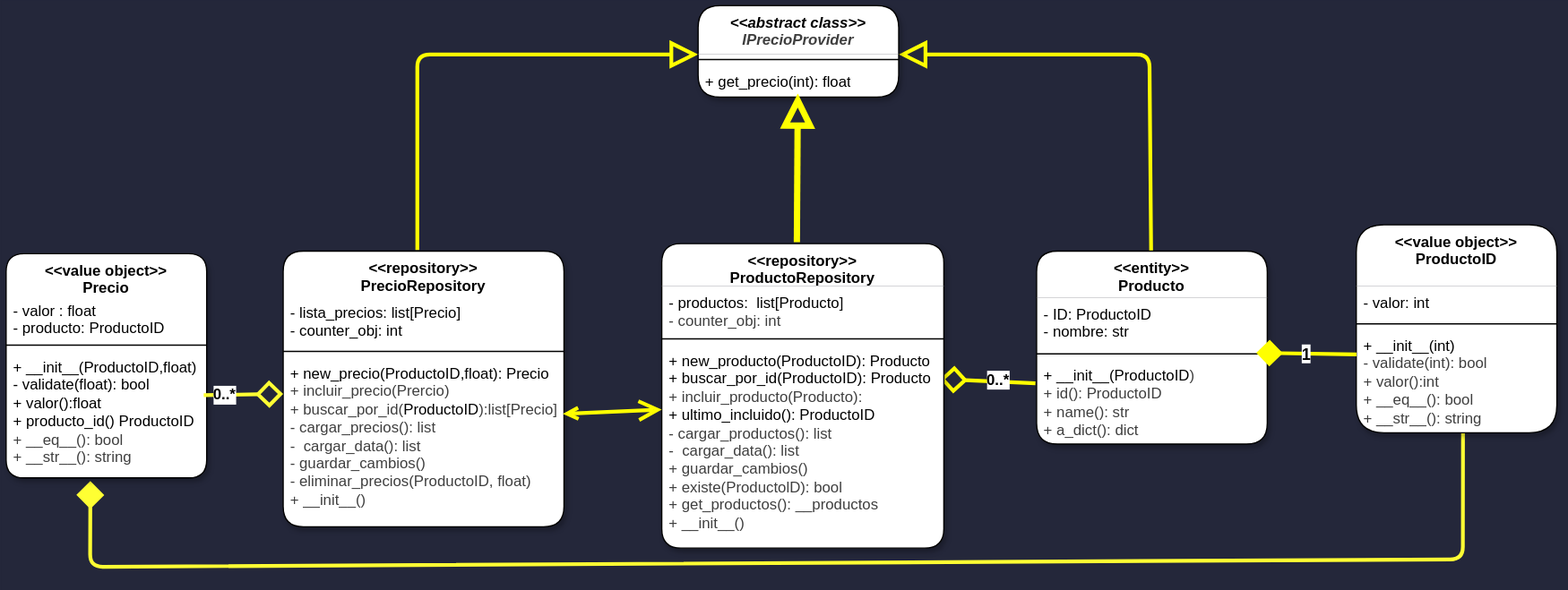
The draw.io diagram Docs/DiagramaSubSistema.svg in shinovi9/Subsistema-Precio, before a commit. Source tidied: cells renumbered, new cells last; positions are measured from the earlier drawing's top-left corner, leaving out a move shared by most shapes.
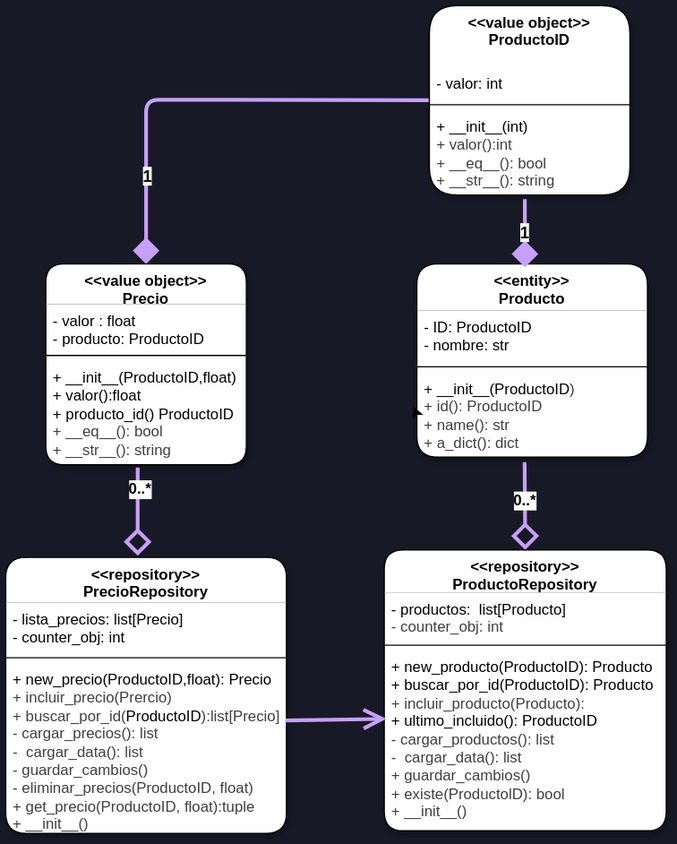
The same diagram one commit later.

Commit message:
Refactorizacion, y cambios en el diseño

What changed in the source:
```diff
@@ -1,2 +1,2 @@
-<mxGraphModel background="#24273A">
+<mxGraphModel background="#181926">
   <root>
@@ -4,4 +4,6 @@
     <mxCell id="1" parent="0" />
-    <mxCell id="2" style="edgeStyle=none;html=1;entryX=0.986;entryY=0.172;entryDx=0;entryDy=0;entryPerimeter=0;strokeWidth=3;strokeColor=#FFFF00;endArrow=diamond;endFill=0;endSize=15;exitX=-0.005;exitY=0.286;exitDx=0;exitDy=0;exitPerimeter=0;rounded=1;" parent="1" edge="1" source="8" target="17">
-      <mxGeometry relative="1" as="geometry" />
+    <mxCell id="2" style="edgeStyle=none;html=1;entryX=0.5;entryY=0;entryDx=0;entryDy=0;strokeWidth=3;strokeColor=#C6A0F6;endArrow=diamond;endFill=0;endSize=15;rounded=1;" parent="1" edge="1" target="14">
+      <mxGeometry relative="1" as="geometry">
+        <mxPoint x="635" y="120" as="sourcePoint" />
+      </mxGeometry>
     </mxCell>
@@ -12,12 +14,4 @@
     </mxCell>
-    <mxCell id="4" style="edgeStyle=none;html=1;entryX=1;entryY=0.5;entryDx=0;entryDy=0;strokeWidth=3;strokeColor=#FFFF00;endArrow=block;endFill=0;endSize=15;rounded=1;" parent="1" edge="1" source="5">
-      <mxGeometry relative="1" as="geometry">
-        <mxPoint x="712" y="39" as="targetPoint" />
-        <Array as="points">
-          <mxPoint x="912" y="39" />
-        </Array>
-      </mxGeometry>
-    </mxCell>
     <mxCell id="5" value="&amp;lt;&amp;lt;entity&amp;gt;&amp;gt;&lt;div&gt;Producto&lt;/div&gt;" style="swimlane;fontStyle=1;align=center;verticalAlign=top;horizontal=1;startSize=37;whiteSpace=wrap;html=1;swimlaneFillColor=default;gradientColor=none;fillStyle=auto;strokeWidth=1;rounded=1;glass=0;swimlaneLine=0;shadow=1;" parent="1" vertex="1">
-      <mxGeometry x="822" y="196" width="184" height="154" as="geometry" />
+      <mxGeometry x="549" y="-38" width="184" height="154" as="geometry" />
     </mxCell>
@@ -32,11 +26,5 @@
     </mxCell>
-    <mxCell id="9" style="edgeStyle=none;html=1;entryX=0;entryY=0.5;entryDx=0;entryDy=0;strokeWidth=3;strokeColor=#FFFF00;endArrow=block;endFill=0;endSize=15;rounded=1;" parent="1" edge="1">
-      <mxGeometry relative="1" as="geometry">
-        <mxPoint x="328" y="195" as="sourcePoint" />
-        <mxPoint x="552" y="39" as="targetPoint" />
-        <Array as="points">
-          <mxPoint x="328" y="39" />
-        </Array>
-      </mxGeometry>
-    </mxCell>
+    <mxCell id="35" style="edgeStyle=none;html=1;exitX=0;exitY=0.5;exitDx=0;exitDy=0;entryX=-0.014;entryY=0.408;entryDx=0;entryDy=0;entryPerimeter=0;" parent="5" edge="1" source="8" target="8">
+      <mxGeometry relative="1" as="geometry" />
+    </mxCell>
     <mxCell id="10" value="&lt;span style=&quot;color: rgb(0, 0, 0);&quot;&gt;&amp;lt;&amp;lt;repository&amp;gt;&amp;gt;&lt;/span&gt;&lt;div&gt;&lt;span style=&quot;color: rgb(0, 0, 0);&quot;&gt;PrecioRepository&lt;/span&gt;&lt;/div&gt;" style="swimlane;fontStyle=1;align=center;verticalAlign=top;horizontal=1;startSize=36;whiteSpace=wrap;html=1;swimlaneFillColor=default;gradientColor=none;fillStyle=auto;strokeWidth=1;rounded=1;glass=0;swimlaneLine=0;shadow=1;" parent="1" vertex="1">
@@ -50,3 +38,3 @@
     </mxCell>
-    <mxCell id="13" value="&lt;span style=&quot;color: rgb(0, 0, 0);&quot;&gt;+ new_precio(ProductoID,float): Precio&lt;/span&gt;&lt;div style=&quot;color: rgb(63, 63, 63); scrollbar-color: rgb(226, 226, 226) rgb(251, 251, 251);&quot;&gt;+ incluir_precio(Prercio)&lt;/div&gt;&lt;div style=&quot;color: rgb(63, 63, 63); scrollbar-color: rgb(226, 226, 226) rgb(251, 251, 251);&quot;&gt;+ buscar_por_id(&lt;span style=&quot;scrollbar-color: rgb(226, 226, 226) rgb(251, 251, 251); color: rgb(0, 0, 0);&quot;&gt;ProductoID&lt;/span&gt;):list[Precio]&lt;/div&gt;&lt;div style=&quot;color: rgb(63, 63, 63); scrollbar-color: rgb(226, 226, 226) rgb(251, 251, 251);&quot;&gt;&lt;div style=&quot;scrollbar-color: rgb(226, 226, 226) rgb(251, 251, 251); color: rgb(63, 63, 63);&quot;&gt;- cargar_precios(): list&lt;/div&gt;&lt;div style=&quot;scrollbar-color: rgb(226, 226, 226) rgb(251, 251, 251); color: rgb(63, 63, 63);&quot;&gt;&lt;span style=&quot;color: rgb(63, 63, 63);&quot;&gt;-&amp;nbsp; cargar_data(): list&lt;/span&gt;&lt;/div&gt;&lt;div style=&quot;scrollbar-color: rgb(226, 226, 226) rgb(251, 251, 251); color: rgb(63, 63, 63);&quot;&gt;- guardar_cambios()&lt;/div&gt;&lt;div style=&quot;scrollbar-color: rgb(226, 226, 226) rgb(251, 251, 251); color: rgb(63, 63, 63);&quot;&gt;- eliminar_precios(ProductoID, float)&lt;/div&gt;&lt;div style=&quot;scrollbar-color: rgb(226, 226, 226) rgb(251, 251, 251); color: rgb(63, 63, 63);&quot;&gt;+ __init__()&lt;/div&gt;&lt;/div&gt;" style="text;strokeColor=none;fillColor=none;align=left;verticalAlign=top;spacingLeft=4;spacingRight=4;overflow=hidden;points=[[0,0.5],[1,0.5]];portConstraint=eastwest;whiteSpace=wrap;html=1;rounded=1;" parent="10" vertex="1">
+    <mxCell id="13" value="&lt;span style=&quot;color: rgb(0, 0, 0);&quot;&gt;+ new_precio(ProductoID,float): Precio&lt;/span&gt;&lt;div style=&quot;color: rgb(63, 63, 63); scrollbar-color: rgb(226, 226, 226) rgb(251, 251, 251);&quot;&gt;+ incluir_precio(Prercio)&lt;/div&gt;&lt;div style=&quot;color: rgb(63, 63, 63); scrollbar-color: rgb(226, 226, 226) rgb(251, 251, 251);&quot;&gt;+ buscar_por_id(&lt;span style=&quot;scrollbar-color: rgb(226, 226, 226) rgb(251, 251, 251); color: rgb(0, 0, 0);&quot;&gt;ProductoID&lt;/span&gt;):list[Precio]&lt;/div&gt;&lt;div style=&quot;color: rgb(63, 63, 63); scrollbar-color: rgb(226, 226, 226) rgb(251, 251, 251);&quot;&gt;&lt;div style=&quot;scrollbar-color: rgb(226, 226, 226) rgb(251, 251, 251); color: rgb(63, 63, 63);&quot;&gt;- cargar_precios(): list&lt;/div&gt;&lt;div style=&quot;scrollbar-color: rgb(226, 226, 226) rgb(251, 251, 251); color: rgb(63, 63, 63);&quot;&gt;&lt;span style=&quot;color: rgb(63, 63, 63);&quot;&gt;-&amp;nbsp; cargar_data(): list&lt;/span&gt;&lt;/div&gt;&lt;div style=&quot;scrollbar-color: rgb(226, 226, 226) rgb(251, 251, 251); color: rgb(63, 63, 63);&quot;&gt;- guardar_cambios()&lt;/div&gt;&lt;div style=&quot;scrollbar-color: rgb(226, 226, 226) rgb(251, 251, 251); color: rgb(63, 63, 63);&quot;&gt;- eliminar_precios(ProductoID, float)&lt;/div&gt;&lt;div style=&quot;scrollbar-color: rgb(226, 226, 226) rgb(251, 251, 251); color: rgb(63, 63, 63);&quot;&gt;+ get_precio(ProductoID, float):tuple&lt;/div&gt;&lt;div style=&quot;scrollbar-color: rgb(226, 226, 226) rgb(251, 251, 251); color: rgb(63, 63, 63);&quot;&gt;+ __init__()&lt;/div&gt;&lt;/div&gt;" style="text;strokeColor=none;fillColor=none;align=left;verticalAlign=top;spacingLeft=4;spacingRight=4;overflow=hidden;points=[[0,0.5],[1,0.5]];portConstraint=eastwest;whiteSpace=wrap;html=1;rounded=1;" parent="10" vertex="1">
       <mxGeometry y="84" width="224" height="136" as="geometry" />
@@ -54,3 +42,3 @@
     <mxCell id="14" value="&amp;lt;&amp;lt;repository&amp;gt;&amp;gt;&lt;div&gt;ProductoRepository&lt;/div&gt;" style="swimlane;fontStyle=1;align=center;verticalAlign=top;horizontal=1;startSize=34;whiteSpace=wrap;html=1;swimlaneFillColor=default;gradientColor=none;fillStyle=auto;strokeWidth=1;rounded=1;glass=0;swimlaneLine=0;shadow=1;" parent="1" vertex="1">
-      <mxGeometry x="523" y="190" width="225" height="243" as="geometry" />
+      <mxGeometry x="523" y="190" width="225" height="224" as="geometry" />
     </mxCell>
@@ -62,30 +50,20 @@
     </mxCell>
-    <mxCell id="17" value="&lt;font style=&quot;scrollbar-color: rgb(226, 226, 226) rgb(251, 251, 251); color: rgb(0, 0, 0);&quot;&gt;+ new_producto(ProductoID): Producto&lt;/font&gt;&lt;div style=&quot;scrollbar-color: rgb(226, 226, 226) rgb(251, 251, 251); color: rgb(63, 63, 63);&quot;&gt;&lt;font style=&quot;scrollbar-color: rgb(226, 226, 226) rgb(251, 251, 251); color: rgb(0, 0, 0);&quot;&gt;+ buscar_por_id(ProductoID): Producto&lt;/font&gt;&lt;/div&gt;&lt;div style=&quot;scrollbar-color: rgb(226, 226, 226) rgb(251, 251, 251); color: rgb(63, 63, 63);&quot;&gt;+ incluir_producto(Producto):&lt;/div&gt;&lt;div style=&quot;scrollbar-color: rgb(226, 226, 226) rgb(251, 251, 251); color: rgb(63, 63, 63);&quot;&gt;&lt;font style=&quot;scrollbar-color: rgb(226, 226, 226) rgb(251, 251, 251); color: rgb(0, 0, 0);&quot;&gt;+ ultimo_incluido(): ProductoID&lt;/font&gt;&lt;/div&gt;&lt;div style=&quot;scrollbar-color: rgb(226, 226, 226) rgb(251, 251, 251); color: rgb(63, 63, 63);&quot;&gt;- cargar_productos(): list&lt;/div&gt;&lt;div style=&quot;scrollbar-color: rgb(226, 226, 226) rgb(251, 251, 251); color: rgb(63, 63, 63);&quot;&gt;&lt;span style=&quot;color: rgb(63, 63, 63);&quot;&gt;-&amp;nbsp; cargar_data(): list&lt;/span&gt;&lt;/div&gt;&lt;div style=&quot;scrollbar-color: rgb(226, 226, 226) rgb(251, 251, 251); color: rgb(63, 63, 63);&quot;&gt;+ guardar_cambios()&lt;/div&gt;&lt;div style=&quot;scrollbar-color: rgb(226, 226, 226) rgb(251, 251, 251); color: rgb(63, 63, 63);&quot;&gt;+ existe(ProductolD): bool&lt;/div&gt;&lt;div style=&quot;scrollbar-color: rgb(226, 226, 226) rgb(251, 251, 251); color: rgb(63, 63, 63);&quot;&gt;+ get_productos(): __productos&lt;/div&gt;&lt;div style=&quot;scrollbar-color: rgb(226, 226, 226) rgb(251, 251, 251); color: rgb(63, 63, 63);&quot;&gt;+ __init__()&lt;/div&gt;" style="text;strokeColor=none;fillColor=none;align=left;verticalAlign=top;spacingLeft=4;spacingRight=4;overflow=hidden;points=[[0,0.5],[1,0.5]];portConstraint=eastwest;whiteSpace=wrap;html=1;rounded=1;" parent="14" vertex="1">
-      <mxGeometry y="80" width="225" height="163" as="geometry" />
+    <mxCell id="17" value="&lt;font style=&quot;scrollbar-color: rgb(226, 226, 226) rgb(251, 251, 251); color: rgb(0, 0, 0);&quot;&gt;+ new_producto(ProductoID): Producto&lt;/font&gt;&lt;div style=&quot;scrollbar-color: rgb(226, 226, 226) rgb(251, 251, 251); color: rgb(63, 63, 63);&quot;&gt;&lt;font style=&quot;scrollbar-color: rgb(226, 226, 226) rgb(251, 251, 251); color: rgb(0, 0, 0);&quot;&gt;+ buscar_por_id(ProductoID): Producto&lt;/font&gt;&lt;/div&gt;&lt;div style=&quot;scrollbar-color: rgb(226, 226, 226) rgb(251, 251, 251); color: rgb(63, 63, 63);&quot;&gt;+ incluir_producto(Producto):&lt;/div&gt;&lt;div style=&quot;scrollbar-color: rgb(226, 226, 226) rgb(251, 251, 251); color: rgb(63, 63, 63);&quot;&gt;&lt;font style=&quot;scrollbar-color: rgb(226, 226, 226) rgb(251, 251, 251); color: rgb(0, 0, 0);&quot;&gt;+ ultimo_incluido(): ProductoID&lt;/font&gt;&lt;/div&gt;&lt;div style=&quot;scrollbar-color: rgb(226, 226, 226) rgb(251, 251, 251); color: rgb(63, 63, 63);&quot;&gt;- cargar_productos(): list&lt;/div&gt;&lt;div style=&quot;scrollbar-color: rgb(226, 226, 226) rgb(251, 251, 251); color: rgb(63, 63, 63);&quot;&gt;&lt;span style=&quot;color: rgb(63, 63, 63);&quot;&gt;-&amp;nbsp; cargar_data(): list&lt;/span&gt;&lt;/div&gt;&lt;div style=&quot;scrollbar-color: rgb(226, 226, 226) rgb(251, 251, 251); color: rgb(63, 63, 63);&quot;&gt;+ guardar_cambios()&lt;/div&gt;&lt;div style=&quot;scrollbar-color: rgb(226, 226, 226) rgb(251, 251, 251); color: rgb(63, 63, 63);&quot;&gt;+ existe(ProductolD): bool&lt;/div&gt;&lt;div style=&quot;scrollbar-color: rgb(226, 226, 226) rgb(251, 251, 251); color: rgb(63, 63, 63);&quot;&gt;+ __init__()&lt;/div&gt;" style="text;strokeColor=none;fillColor=none;align=left;verticalAlign=top;spacingLeft=4;spacingRight=4;overflow=hidden;points=[[0,0.5],[1,0.5]];portConstraint=eastwest;whiteSpace=wrap;html=1;rounded=1;" parent="14" vertex="1">
+      <mxGeometry y="80" width="225" height="144" as="geometry" />
     </mxCell>
-    <mxCell id="18" style="edgeStyle=none;html=1;exitX=0.996;exitY=0.338;exitDx=0;exitDy=0;startArrow=open;startFill=0;strokeColor=#FFFF00;strokeWidth=3;endArrow=open;endFill=0;exitPerimeter=0;rounded=1;endSize=12;entryX=0;entryY=0.322;entryDx=0;entryDy=0;entryPerimeter=0;" parent="1" edge="1" source="13" target="17">
+    <mxCell id="18" style="edgeStyle=none;html=1;exitX=0.996;exitY=0.338;exitDx=0;exitDy=0;startArrow=none;startFill=0;strokeColor=#C6A0F6;strokeWidth=3;endArrow=open;endFill=0;exitPerimeter=0;rounded=1;endSize=12;entryX=0.008;entryY=0.38;entryDx=0;entryDy=0;entryPerimeter=0;" parent="1" edge="1" source="13" target="17">
       <mxGeometry relative="1" as="geometry" />
     </mxCell>
-    <mxCell id="19" value="&lt;div&gt;&lt;i style=&quot;scrollbar-color: rgb(226, 226, 226) rgb(251, 251, 251);&quot;&gt;&lt;font style=&quot;color: rgb(0, 0, 0);&quot;&gt;&amp;lt;&amp;lt;abstract class&amp;gt;&amp;gt;&lt;/font&gt;&lt;/i&gt;&lt;/div&gt;&lt;i style=&quot;color: rgb(63, 63, 63); scrollbar-color: rgb(226, 226, 226) rgb(251, 251, 251);&quot;&gt;IPrecioProvider&lt;/i&gt;" style="swimlane;fontStyle=1;align=center;verticalAlign=top;horizontal=1;startSize=39;whiteSpace=wrap;html=1;swimlaneFillColor=default;gradientColor=none;fillStyle=auto;strokeWidth=1;rounded=1;glass=0;swimlaneLine=0;shadow=1;" parent="1" vertex="1">
-      <mxGeometry x="552" width="160" height="73" as="geometry" />
-    </mxCell>
-    <mxCell id="20" style="line;strokeWidth=1;fillColor=none;align=left;verticalAlign=middle;spacingTop=-1;spacingLeft=3;spacingRight=3;labelPosition=right;strokeColor=inherit;rounded=1;" parent="19" vertex="1">
-      <mxGeometry y="39" width="160" height="8" as="geometry" />
-    </mxCell>
-    <mxCell id="21" value="+ get_precio(int): float" style="text;strokeColor=none;fillColor=none;align=left;verticalAlign=top;spacingLeft=4;spacingRight=4;overflow=hidden;points=[[0,0.5],[1,0.5]];portConstraint=eastwest;whiteSpace=wrap;html=1;rounded=1;" parent="19" vertex="1">
-      <mxGeometry y="47" width="160" height="26" as="geometry" />
-    </mxCell>
-    <mxCell id="22" style="edgeStyle=none;html=1;entryX=0.497;entryY=0.891;entryDx=0;entryDy=0;entryPerimeter=0;exitX=0.479;exitY=-0.005;exitDx=0;exitDy=0;strokeWidth=5;strokeColor=#FFFF00;endArrow=block;endFill=0;endSize=15;exitPerimeter=0;rounded=1;" parent="1" edge="1" source="14" target="21">
-      <mxGeometry relative="1" as="geometry" />
-    </mxCell>
-    <mxCell id="23" style="edgeStyle=none;html=1;entryX=0.42;entryY=1.025;entryDx=0;entryDy=0;entryPerimeter=0;exitX=0.532;exitY=0.976;exitDx=0;exitDy=0;exitPerimeter=0;strokeColor=#FFFF33;strokeWidth=3;endArrow=diamond;endFill=1;endSize=15;rounded=1;" parent="1" edge="1" source="27" target="32">
-      <mxGeometry relative="1" as="geometry">
-        <Array as="points">
-          <mxPoint x="1162" y="442" />
-          <mxPoint x="67" y="448" />
-        </Array>
-      </mxGeometry>
-    </mxCell>
+    <mxCell id="36" style="edgeStyle=none;html=1;entryX=0.5;entryY=0;entryDx=0;entryDy=0;strokeColor=#C6A0F6;strokeWidth=3;endArrow=diamond;endFill=1;endSize=14;" parent="1" edge="1" source="24" target="29">
+      <mxGeometry relative="1" as="geometry">
+        <Array as="points">
+          <mxPoint x="333" y="-169" />
+        </Array>
+      </mxGeometry>
+    </mxCell>
+    <mxCell id="37" value="&lt;font style=&quot;font-size: 13px;&quot;&gt;&lt;b&gt;1&lt;/b&gt;&lt;/font&gt;" style="edgeLabel;html=1;align=center;verticalAlign=middle;" parent="36" vertex="1">
+      <mxGeometry x="0.6" relative="1" as="geometry" />
+    </mxCell>
     <mxCell id="24" value="&amp;lt;&amp;lt;value object&amp;gt;&amp;gt;&lt;div&gt;ProductoID&lt;/div&gt;" style="swimlane;fontStyle=1;align=center;verticalAlign=top;horizontal=1;startSize=49;whiteSpace=wrap;html=1;swimlaneFillColor=default;gradientColor=none;fillStyle=auto;strokeWidth=1;rounded=1;glass=0;swimlaneLine=0;shadow=1;rotation=0;" parent="1" vertex="1">
-      <mxGeometry x="1077" y="175" width="160" height="166" as="geometry" />
+      <mxGeometry x="559" y="-244" width="160" height="151" as="geometry" />
     </mxCell>
@@ -97,10 +75,10 @@
     </mxCell>
-    <mxCell id="27" value="+ __init__(int)&lt;div&gt;&lt;span style=&quot;color: rgb(63, 63, 63); scrollbar-color: rgb(226, 226, 226) rgb(251, 251, 251); background-color: transparent;&quot;&gt;-&amp;nbsp;&lt;/span&gt;&lt;span style=&quot;color: rgb(63, 63, 63); scrollbar-color: rgb(226, 226, 226) rgb(251, 251, 251); background-color: transparent;&quot;&gt;validate(int): bool&lt;/span&gt;&lt;/div&gt;&lt;div&gt;&lt;span style=&quot;color: rgb(63, 63, 63); scrollbar-color: rgb(226, 226, 226) rgb(251, 251, 251); background-color: transparent;&quot;&gt;+ valor():int&lt;/span&gt;&lt;/div&gt;&lt;div&gt;&lt;span style=&quot;color: rgb(63, 63, 63); scrollbar-color: rgb(226, 226, 226) rgb(251, 251, 251); background-color: transparent;&quot;&gt;+ __eq__(): bool&lt;/span&gt;&lt;/div&gt;&lt;div&gt;&lt;span style=&quot;color: rgb(63, 63, 63); scrollbar-color: rgb(226, 226, 226) rgb(251, 251, 251); background-color: transparent;&quot;&gt;&lt;span style=&quot;color: rgb(63, 63, 63);&quot;&gt;+ __str__(): string&lt;/span&gt;&lt;/span&gt;&lt;/div&gt;" style="text;strokeColor=none;fillColor=none;align=left;verticalAlign=top;spacingLeft=4;spacingRight=4;overflow=hidden;points=[[0,0.5],[1,0.5]];portConstraint=eastwest;whiteSpace=wrap;html=1;rounded=1;" parent="24" vertex="1">
-      <mxGeometry y="83" width="160" height="83" as="geometry" />
+    <mxCell id="27" value="+ __init__(int)&lt;div&gt;&lt;span style=&quot;color: rgb(63, 63, 63); scrollbar-color: rgb(226, 226, 226) rgb(251, 251, 251); background-color: transparent;&quot;&gt;+ valor():int&lt;/span&gt;&lt;/div&gt;&lt;div&gt;&lt;span style=&quot;color: rgb(63, 63, 63); scrollbar-color: rgb(226, 226, 226) rgb(251, 251, 251); background-color: transparent;&quot;&gt;+ __eq__(): bool&lt;/span&gt;&lt;/div&gt;&lt;div&gt;&lt;span style=&quot;color: rgb(63, 63, 63); scrollbar-color: rgb(226, 226, 226) rgb(251, 251, 251); background-color: transparent;&quot;&gt;&lt;span style=&quot;color: rgb(63, 63, 63);&quot;&gt;+ __str__(): string&lt;/span&gt;&lt;/span&gt;&lt;/div&gt;" style="text;strokeColor=none;fillColor=none;align=left;verticalAlign=top;spacingLeft=4;spacingRight=4;overflow=hidden;points=[[0,0.5],[1,0.5]];portConstraint=eastwest;whiteSpace=wrap;html=1;rounded=1;" parent="24" vertex="1">
+      <mxGeometry y="83" width="160" height="68" as="geometry" />
     </mxCell>
-    <mxCell id="28" value="&lt;font style=&quot;font-size: 13px;&quot;&gt;&lt;b style=&quot;&quot;&gt;1&lt;/b&gt;&lt;/font&gt;" style="edgeStyle=none;rounded=1;html=1;endArrow=diamond;endFill=1;strokeWidth=3;strokeColor=#FFFF00;endSize=14;entryX=0.952;entryY=0.396;entryDx=0;entryDy=0;entryPerimeter=0;exitX=0.001;exitY=0.246;exitDx=0;exitDy=0;exitPerimeter=0;" parent="1" edge="1" source="27" target="7">
-      <mxGeometry relative="1" as="geometry" />
+    <mxCell id="28" value="&lt;font style=&quot;font-size: 13px;&quot;&gt;&lt;b style=&quot;&quot;&gt;1&lt;/b&gt;&lt;/font&gt;" style="edgeStyle=none;rounded=1;html=1;endArrow=diamond;endFill=1;strokeWidth=3;strokeColor=#C6A0F6;endSize=14;entryX=0.469;entryY=0.017;entryDx=0;entryDy=0;exitX=0.476;exitY=1.048;exitDx=0;exitDy=0;exitPerimeter=0;entryPerimeter=0;" parent="1" edge="1" source="27" target="5">
+      <mxGeometry x="-0.02" relative="1" as="geometry" />
     </mxCell>
     <mxCell id="29" value="&amp;lt;&amp;lt;value object&amp;gt;&amp;gt;&lt;div&gt;Precio&lt;/div&gt;" style="swimlane;fontStyle=1;align=center;verticalAlign=top;horizontal=1;startSize=32;whiteSpace=wrap;html=1;swimlaneFillColor=default;gradientColor=none;fillStyle=auto;strokeWidth=1;rounded=1;glass=0;swimlaneLine=0;shadow=1;" parent="1" vertex="1">
-      <mxGeometry y="198" width="160" height="179" as="geometry" />
+      <mxGeometry x="253" y="-38" width="160" height="160" as="geometry" />
     </mxCell>
@@ -112,6 +90,6 @@
     </mxCell>
-    <mxCell id="32" value="+ __init__(ProductoID,float)&lt;div&gt;&lt;div&gt;- validate(float): bool&lt;/div&gt;&lt;/div&gt;&lt;div&gt;+ valor():float&lt;/div&gt;&lt;div&gt;+ producto_id() ProductoID&lt;/div&gt;&lt;div&gt;&lt;span style=&quot;color: rgb(63, 63, 63);&quot;&gt;+ __eq__(): bool&lt;/span&gt;&lt;/div&gt;&lt;div&gt;&lt;span style=&quot;color: rgb(63, 63, 63);&quot;&gt;&lt;span style=&quot;color: rgb(63, 63, 63);&quot;&gt;+ __str__(): string&lt;/span&gt;&lt;/span&gt;&lt;/div&gt;" style="text;strokeColor=none;fillColor=none;align=left;verticalAlign=top;spacingLeft=4;spacingRight=4;overflow=hidden;points=[[0,0.5],[1,0.5]];portConstraint=eastwest;whiteSpace=wrap;html=1;rounded=1;" parent="29" vertex="1">
-      <mxGeometry y="77" width="160" height="102" as="geometry" />
+    <mxCell id="32" value="+ __init__(ProductoID,float)&lt;div&gt;+ valor():float&lt;/div&gt;&lt;div&gt;+ producto_id() ProductoID&lt;/div&gt;&lt;div&gt;&lt;span style=&quot;color: rgb(63, 63, 63);&quot;&gt;+ __eq__(): bool&lt;/span&gt;&lt;/div&gt;&lt;div&gt;&lt;span style=&quot;color: rgb(63, 63, 63);&quot;&gt;&lt;span style=&quot;color: rgb(63, 63, 63);&quot;&gt;+ __str__(): string&lt;/span&gt;&lt;/span&gt;&lt;/div&gt;" style="text;strokeColor=none;fillColor=none;align=left;verticalAlign=top;spacingLeft=4;spacingRight=4;overflow=hidden;points=[[0,0.5],[1,0.5]];portConstraint=eastwest;whiteSpace=wrap;html=1;rounded=1;" parent="29" vertex="1">
+      <mxGeometry y="77" width="160" height="83" as="geometry" />
     </mxCell>
-    <mxCell id="33" style="edgeStyle=none;html=1;entryX=0;entryY=0.22;entryDx=0;entryDy=0;entryPerimeter=0;exitX=0.985;exitY=0.353;exitDx=0;exitDy=0;exitPerimeter=0;strokeWidth=3;strokeColor=#FFFF33;endArrow=diamond;endFill=0;endSize=15;rounded=1;" parent="1" edge="1" source="32" target="13">
+    <mxCell id="33" style="edgeStyle=none;html=1;entryX=0.47;entryY=-0.006;entryDx=0;entryDy=0;exitX=0.458;exitY=1.028;exitDx=0;exitDy=0;exitPerimeter=0;strokeWidth=3;strokeColor=#C6A0F6;endArrow=diamond;endFill=0;endSize=15;rounded=1;entryPerimeter=0;" parent="1" edge="1" source="32" target="10">
       <mxGeometry relative="1" as="geometry" />
```
